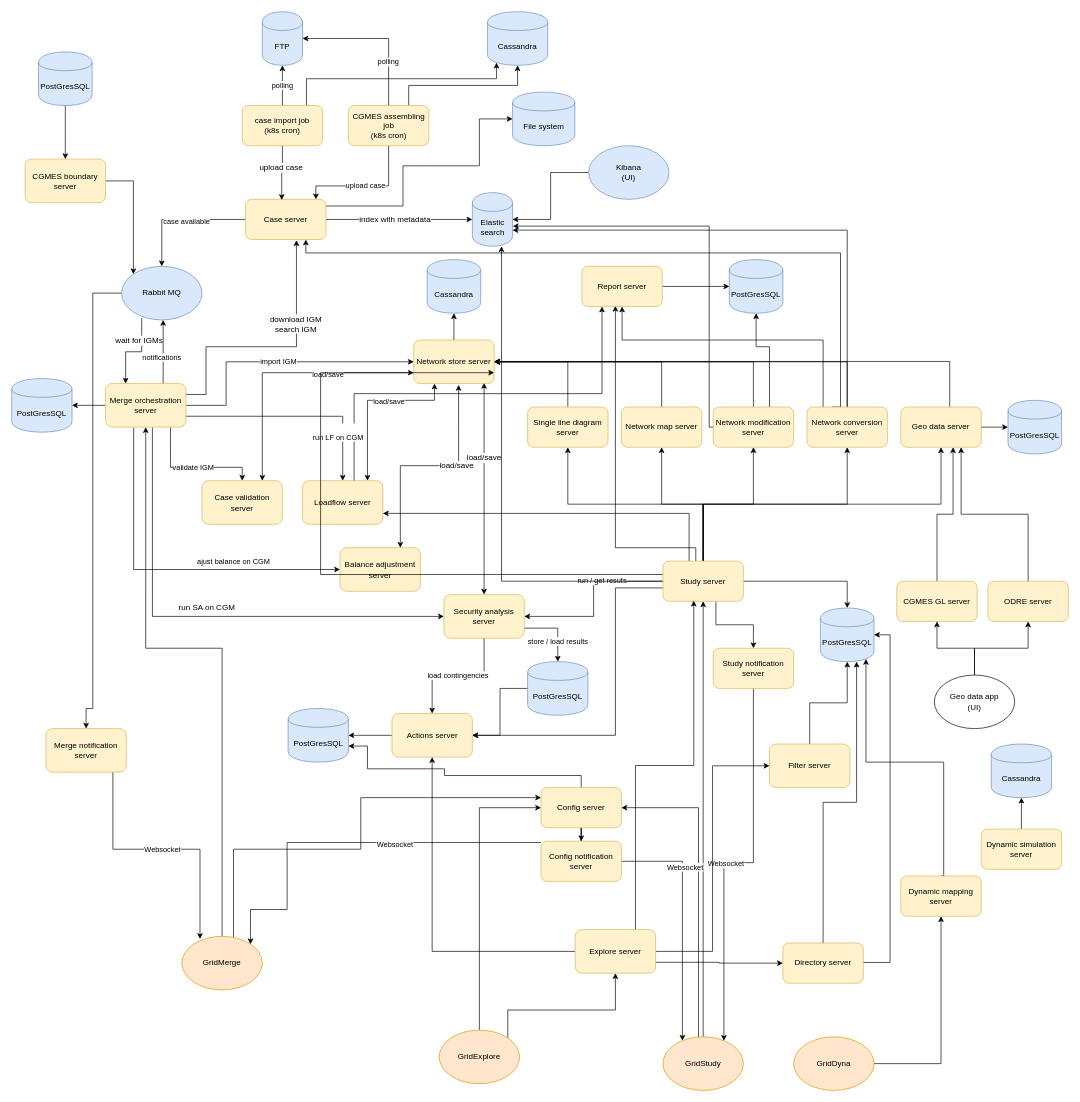
The draw.io diagram diagrams/gridsuite_architecture.drawio in gridsuite/documentation, before the edit. Source tidied: cells renumbered, new cells numbered last; positions are measured from the earlier drawing's top-left corner, leaving out a move shared by most shapes. Both pictures are drawn from the tidied source at 67%, with x=0, y=0 at pixel (11, 11).
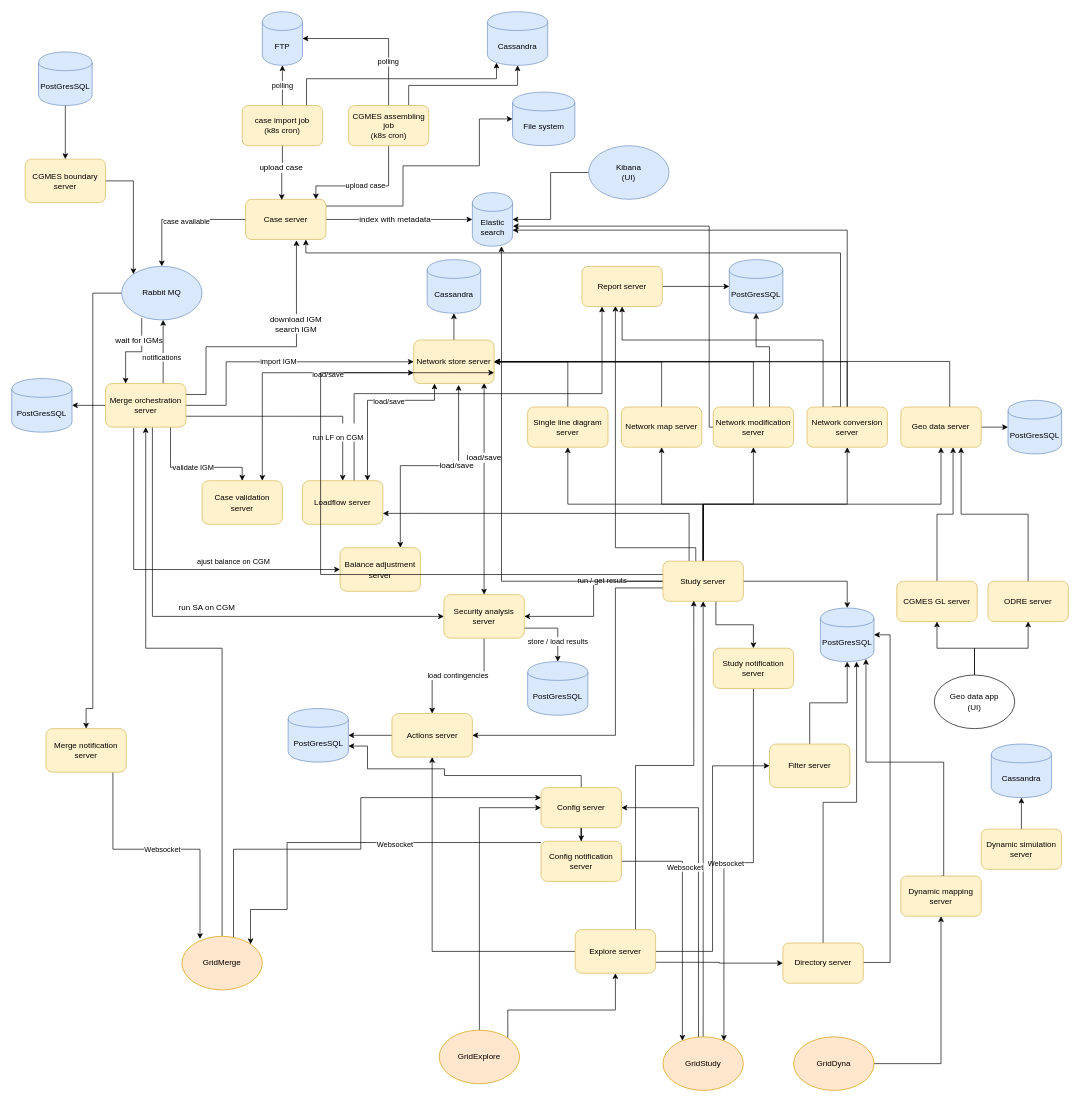
After the change.

Commit message (it also covers changes not shown here):
update diagram, and security analysis server

The change refers to these unchanged cells:
```xml
<mxCell id="52" value="Actions server" style="rounded=1;whiteSpace=wrap;html=1;fillColor=#fff2cc;strokeColor=#d6b656;" parent="1" vertex="1">
  <mxGeometry x="567.5" y="1047.5" width="120" height="65" as="geometry" />
</mxCell>
<mxCell id="113" value="PostGresSQL" style="shape=cylinder;whiteSpace=wrap;html=1;boundedLbl=1;backgroundOutline=1;fillColor=#dae8fc;strokeColor=#6c8ebf;" parent="1" vertex="1">
  <mxGeometry x="770" y="970" width="90" height="80" as="geometry" />
</mxCell>
```

The edit, as a diff of the source:
```diff
@@
-    <mxCell id="112" style="edgeStyle=orthogonalEdgeStyle;rounded=0;jettySize=auto;html=1;" parent="1" edge="1" source="113" target="52">
-      <mxGeometry relative="1" as="geometry" />
-    </mxCell>
```
